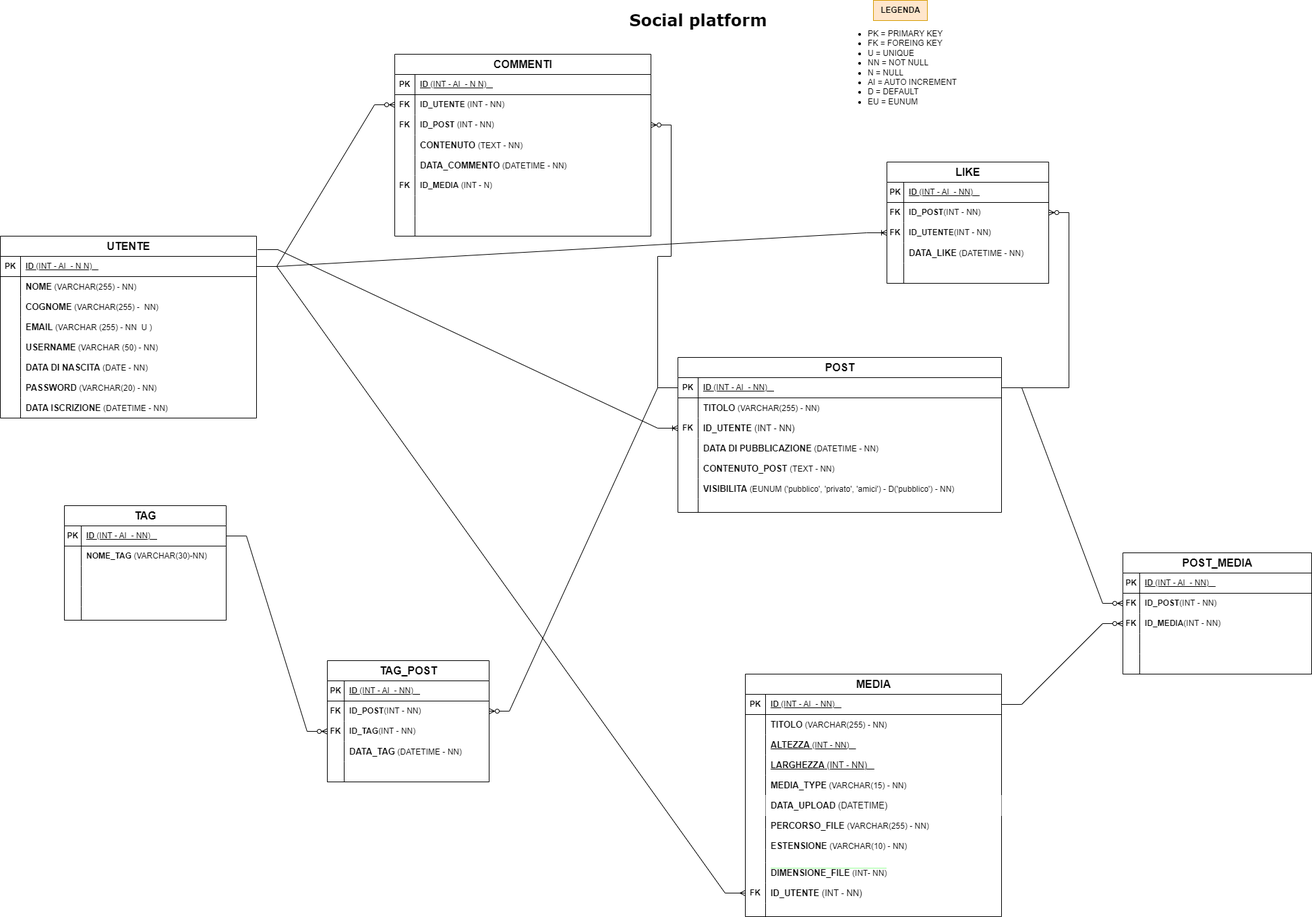
Earlier version of the draw.io export Social_platform.png (StefaniaVitali/social-platform). Source tidied: cells renumbered, new cells last; positions are measured from the earlier drawing's top-left corner, leaving out a move shared by most shapes.
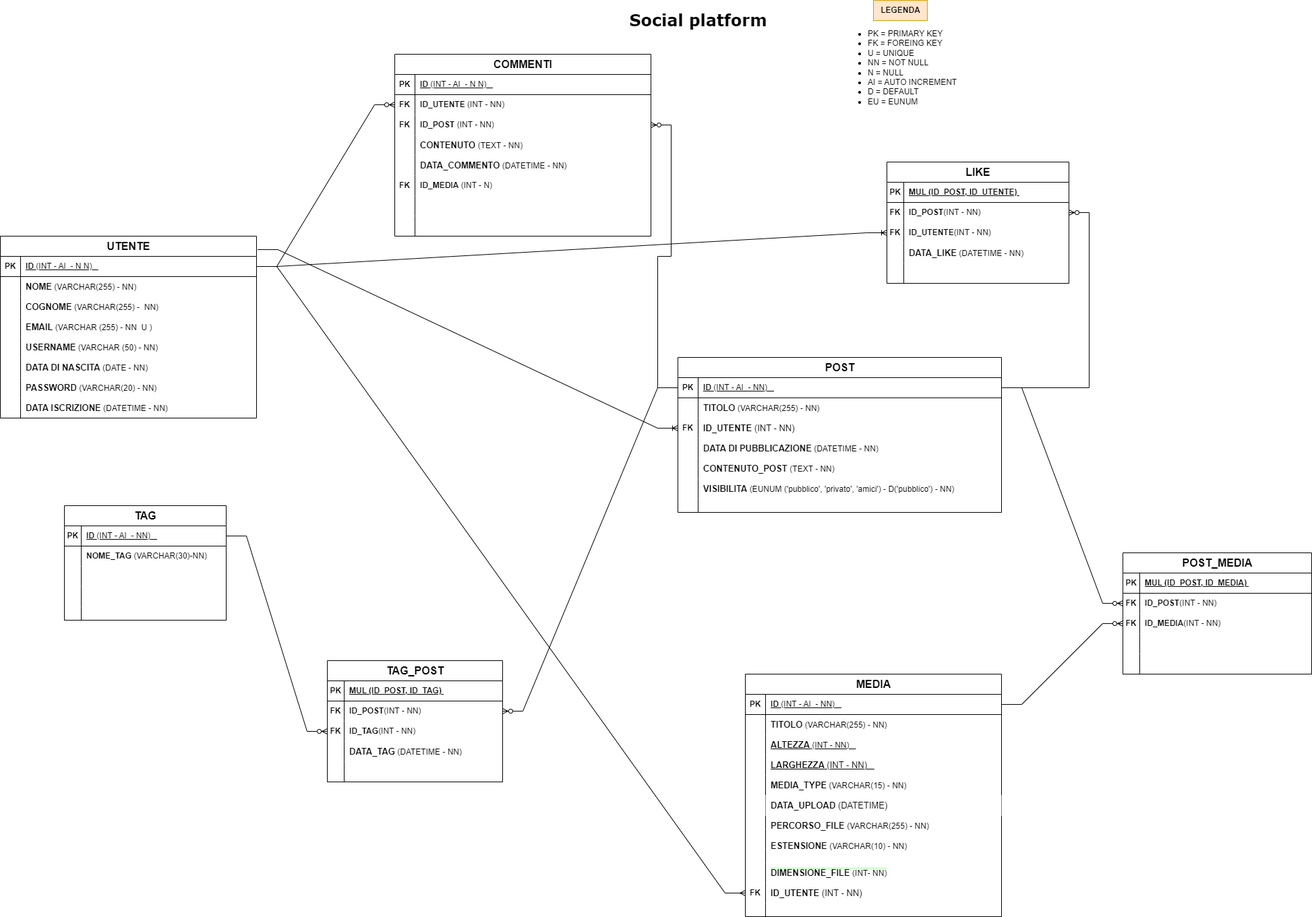
After the change.

Commit message:
FIX: primary keys tables bridge

What changed in the source:
```diff
@@ -167,7 +167,7 @@
     <mxCell id="56" value="PK" style="shape=partialRectangle;fillColor=none;top=0;left=0;bottom=0;right=0;fontStyle=1;overflow=hidden;whiteSpace=wrap;html=1;" parent="55" vertex="1">
       <mxGeometry width="25" height="30" as="geometry" />
     </mxCell>
-    <mxCell id="57" value="&lt;span style=&quot;background-color: rgb(255, 255, 255);&quot;&gt;ID&amp;nbsp;&lt;span style=&quot;font-weight: normal;&quot;&gt;(INT - AI&amp;nbsp; - NN)&amp;nbsp; &amp;nbsp;&lt;/span&gt;&lt;/span&gt;" style="shape=partialRectangle;fillColor=none;top=0;left=0;bottom=0;right=0;align=left;spacingLeft=6;fontStyle=5;overflow=hidden;whiteSpace=wrap;html=1;" parent="55" vertex="1">
+    <mxCell id="57" value="&lt;span style=&quot;background-color: rgb(255, 255, 255);&quot;&gt;MUL (ID_POST, ID_MEDIA)&lt;/span&gt;&lt;span style=&quot;font-weight: normal;&quot;&gt;&amp;nbsp;&lt;/span&gt;" style="shape=partialRectangle;fillColor=none;top=0;left=0;bottom=0;right=0;align=left;spacingLeft=6;fontStyle=5;overflow=hidden;whiteSpace=wrap;html=1;" parent="55" vertex="1">
       <mxGeometry x="25" width="255" height="30" as="geometry" />
     </mxCell>
     <mxCell id="58" style="shape=tableRow;horizontal=0;startSize=0;swimlaneHead=0;swimlaneBody=0;fillColor=none;points=[[0,0.5],[1,0.5]];portConstraint=eastwest;top=0;left=0;right=0;bottom=0;" parent="54" vertex="1">
@@ -217,52 +217,52 @@
       <mxGeometry relative="1" as="geometry" />
     </mxCell>
     <mxCell id="72" value="&lt;span style=&quot;font-size: 16px;&quot;&gt;LIKE&lt;/span&gt;" style="shape=table;startSize=30;rowLines=0;fontStyle=1;align=center;html=1;" parent="1" vertex="1">
-      <mxGeometry x="1315" y="240" width="240" height="180" as="geometry" />
+      <mxGeometry x="1315" y="240" width="270" height="180" as="geometry" />
     </mxCell>
     <mxCell id="73" style="shape=tableRow;horizontal=0;startSize=0;swimlaneHead=0;swimlaneBody=0;fillColor=none;top=0;left=0;right=0;bottom=1;" parent="72" vertex="1">
-      <mxGeometry y="30" width="240" height="30" as="geometry" />
+      <mxGeometry y="30" width="270" height="30" as="geometry" />
     </mxCell>
     <mxCell id="74" value="PK" style="shape=partialRectangle;fillColor=none;top=0;left=0;bottom=0;right=0;fontStyle=1;overflow=hidden;whiteSpace=wrap;html=1;" parent="73" vertex="1">
       <mxGeometry width="25" height="30" as="geometry" />
     </mxCell>
-    <mxCell id="75" value="ID&amp;nbsp;&lt;span style=&quot;font-weight: normal;&quot;&gt;(INT - AI&amp;nbsp; - NN)&amp;nbsp; &amp;nbsp;&lt;/span&gt;" style="shape=partialRectangle;fillColor=none;top=0;left=0;bottom=0;right=0;align=left;spacingLeft=6;fontStyle=5;overflow=hidden;whiteSpace=wrap;html=1;" parent="73" vertex="1">
-      <mxGeometry x="25" width="215" height="30" as="geometry" />
+    <mxCell id="75" value="&lt;span style=&quot;background-color: rgb(255, 255, 255);&quot;&gt;MUL (ID_POST, ID_UTENTE)&lt;/span&gt;&lt;span style=&quot;font-weight: normal;&quot;&gt;&amp;nbsp;&lt;/span&gt;" style="shape=partialRectangle;fillColor=none;top=0;left=0;bottom=0;right=0;align=left;spacingLeft=6;fontStyle=5;overflow=hidden;whiteSpace=wrap;html=1;" parent="73" vertex="1">
+      <mxGeometry x="25" width="245" height="30" as="geometry" />
     </mxCell>
     <mxCell id="76" style="shape=tableRow;horizontal=0;startSize=0;swimlaneHead=0;swimlaneBody=0;fillColor=none;points=[[0,0.5],[1,0.5]];portConstraint=eastwest;top=0;left=0;right=0;bottom=0;" parent="72" vertex="1">
-      <mxGeometry y="60" width="240" height="30" as="geometry" />
+      <mxGeometry y="60" width="270" height="30" as="geometry" />
     </mxCell>
     <mxCell id="77" value="&lt;span style=&quot;font-weight: 700;&quot;&gt;FK&lt;/span&gt;" style="shape=partialRectangle;fillColor=none;top=0;left=0;bottom=0;right=0;overflow=hidden;whiteSpace=wrap;html=1;" parent="76" vertex="1">
       <mxGeometry width="25" height="30" as="geometry" />
     </mxCell>
     <mxCell id="78" value="&lt;span style=&quot;background-color: rgb(255, 255, 255);&quot;&gt;&lt;span style=&quot;font-weight: 700;&quot;&gt;ID_POST&lt;/span&gt;(INT - NN)&amp;nbsp; &amp;nbsp;&lt;/span&gt;" style="shape=partialRectangle;fillColor=none;top=0;left=0;bottom=0;right=0;align=left;spacingLeft=6;overflow=hidden;whiteSpace=wrap;html=1;" parent="76" vertex="1">
-      <mxGeometry x="25" width="215" height="30" as="geometry" />
+      <mxGeometry x="25" width="245" height="30" as="geometry" />
     </mxCell>
     <mxCell id="79" style="shape=tableRow;horizontal=0;startSize=0;swimlaneHead=0;swimlaneBody=0;fillColor=none;points=[[0,0.5],[1,0.5]];portConstraint=eastwest;top=0;left=0;right=0;bottom=0;" parent="72" vertex="1">
-      <mxGeometry y="90" width="240" height="30" as="geometry" />
+      <mxGeometry y="90" width="270" height="30" as="geometry" />
     </mxCell>
     <mxCell id="80" value="&lt;span style=&quot;font-weight: 700;&quot;&gt;FK&lt;/span&gt;" style="shape=partialRectangle;fillColor=none;top=0;left=0;bottom=0;right=0;overflow=hidden;whiteSpace=wrap;html=1;" parent="79" vertex="1">
       <mxGeometry width="25" height="30" as="geometry" />
     </mxCell>
     <mxCell id="81" value="&lt;span style=&quot;background-color: rgb(255, 255, 255);&quot;&gt;&lt;span style=&quot;font-weight: 700;&quot;&gt;ID_UTENTE&lt;/span&gt;(INT - NN)&amp;nbsp; &amp;nbsp;&lt;/span&gt;" style="shape=partialRectangle;fillColor=none;top=0;left=0;bottom=0;right=0;align=left;spacingLeft=6;overflow=hidden;whiteSpace=wrap;html=1;" parent="79" vertex="1">
-      <mxGeometry x="25" width="215" height="30" as="geometry" />
+      <mxGeometry x="25" width="245" height="30" as="geometry" />
     </mxCell>
     <mxCell id="82" style="shape=tableRow;horizontal=0;startSize=0;swimlaneHead=0;swimlaneBody=0;fillColor=none;top=0;left=0;right=0;bottom=0;" parent="72" vertex="1">
-      <mxGeometry y="120" width="240" height="30" as="geometry" />
+      <mxGeometry y="120" width="270" height="30" as="geometry" />
     </mxCell>
     <mxCell id="83" style="shape=partialRectangle;fillColor=none;top=0;left=0;bottom=0;right=0;overflow=hidden;whiteSpace=wrap;html=1;" parent="82" vertex="1">
       <mxGeometry width="25" height="30" as="geometry" />
     </mxCell>
     <mxCell id="84" value="&lt;b&gt;&lt;font style=&quot;font-size: 13px;&quot;&gt;DATA_LIKE&lt;/font&gt;&lt;/b&gt;&amp;nbsp;(DATETIME - NN)" style="shape=partialRectangle;fillColor=none;top=0;left=0;bottom=0;right=0;align=left;spacingLeft=6;overflow=hidden;whiteSpace=wrap;html=1;" parent="82" vertex="1">
-      <mxGeometry x="25" width="215" height="30" as="geometry" />
+      <mxGeometry x="25" width="245" height="30" as="geometry" />
     </mxCell>
     <mxCell id="85" style="shape=tableRow;horizontal=0;startSize=0;swimlaneHead=0;swimlaneBody=0;fillColor=none;top=0;left=0;right=0;bottom=1;" parent="72" vertex="1">
-      <mxGeometry y="150" width="240" height="30" as="geometry" />
+      <mxGeometry y="150" width="270" height="30" as="geometry" />
     </mxCell>
     <mxCell id="86" style="shape=partialRectangle;fillColor=none;top=0;left=0;bottom=0;right=0;fontStyle=1;overflow=hidden;whiteSpace=wrap;html=1;" parent="85" vertex="1">
       <mxGeometry width="25" height="30" as="geometry" />
     </mxCell>
     <mxCell id="87" style="shape=partialRectangle;fillColor=none;top=0;left=0;bottom=0;right=0;align=left;spacingLeft=6;fontStyle=5;overflow=hidden;whiteSpace=wrap;html=1;" parent="85" vertex="1">
-      <mxGeometry x="25" width="215" height="30" as="geometry" />
+      <mxGeometry x="25" width="245" height="30" as="geometry" />
     </mxCell>
     <mxCell id="88" style="edgeStyle=entityRelationEdgeStyle;fontSize=12;html=1;endArrow=ERzeroToMany;endFill=1;rounded=0;exitX=1;exitY=0.5;exitDx=0;exitDy=0;" parent="1" edge="1" source="31" target="76">
       <mxGeometry relative="1" as="geometry" />
@@ -316,52 +316,52 @@
       <mxGeometry x="25" width="215" height="20" as="geometry" />
     </mxCell>
     <mxCell id="105" value="&lt;span style=&quot;font-size: 16px;&quot;&gt;TAG_POST&lt;/span&gt;" style="shape=table;startSize=30;rowLines=0;fontStyle=1;align=center;html=1;" parent="1" vertex="1">
-      <mxGeometry x="485" y="980" width="240" height="180" as="geometry" />
+      <mxGeometry x="485" y="980" width="260" height="180" as="geometry" />
     </mxCell>
     <mxCell id="106" style="shape=tableRow;horizontal=0;startSize=0;swimlaneHead=0;swimlaneBody=0;fillColor=none;top=0;left=0;right=0;bottom=1;" parent="105" vertex="1">
-      <mxGeometry y="30" width="240" height="30" as="geometry" />
+      <mxGeometry y="30" width="260" height="30" as="geometry" />
     </mxCell>
     <mxCell id="107" value="PK" style="shape=partialRectangle;fillColor=none;top=0;left=0;bottom=0;right=0;fontStyle=1;overflow=hidden;whiteSpace=wrap;html=1;" parent="106" vertex="1">
       <mxGeometry width="25" height="30" as="geometry" />
     </mxCell>
-    <mxCell id="108" value="&lt;span style=&quot;background-color: rgb(255, 255, 255);&quot;&gt;ID&amp;nbsp;&lt;span style=&quot;font-weight: normal;&quot;&gt;(INT - AI&amp;nbsp; - NN)&amp;nbsp; &amp;nbsp;&lt;/span&gt;&lt;/span&gt;" style="shape=partialRectangle;fillColor=none;top=0;left=0;bottom=0;right=0;align=left;spacingLeft=6;fontStyle=5;overflow=hidden;whiteSpace=wrap;html=1;" parent="106" vertex="1">
-      <mxGeometry x="25" width="215" height="30" as="geometry" />
+    <mxCell id="108" value="&lt;span style=&quot;background-color: rgb(255, 255, 255);&quot;&gt;MUL (ID_POST, ID_TAG)&lt;span style=&quot;font-weight: normal;&quot;&gt;&amp;nbsp;&lt;/span&gt;&lt;/span&gt;" style="shape=partialRectangle;fillColor=none;top=0;left=0;bottom=0;right=0;align=left;spacingLeft=6;fontStyle=5;overflow=hidden;whiteSpace=wrap;html=1;" parent="106" vertex="1">
+      <mxGeometry x="25" width="235" height="30" as="geometry" />
     </mxCell>
     <mxCell id="109" style="shape=tableRow;horizontal=0;startSize=0;swimlaneHead=0;swimlaneBody=0;fillColor=none;points=[[0,0.5],[1,0.5]];portConstraint=eastwest;top=0;left=0;right=0;bottom=0;" parent="105" vertex="1">
-      <mxGeometry y="60" width="240" height="30" as="geometry" />
+      <mxGeometry y="60" width="260" height="30" as="geometry" />
     </mxCell>
     <mxCell id="110" value="&lt;span style=&quot;font-weight: 700;&quot;&gt;FK&lt;/span&gt;" style="shape=partialRectangle;fillColor=none;top=0;left=0;bottom=0;right=0;overflow=hidden;whiteSpace=wrap;html=1;" parent="109" vertex="1">
       <mxGeometry width="25" height="30" as="geometry" />
     </mxCell>
     <mxCell id="111" value="&lt;span style=&quot;background-color: rgb(255, 255, 255);&quot;&gt;&lt;span style=&quot;font-weight: 700;&quot;&gt;ID_POST&lt;/span&gt;(INT - NN)&amp;nbsp; &amp;nbsp;&lt;/span&gt;" style="shape=partialRectangle;fillColor=none;top=0;left=0;bottom=0;right=0;align=left;spacingLeft=6;overflow=hidden;whiteSpace=wrap;html=1;" parent="109" vertex="1">
-      <mxGeometry x="25" width="215" height="30" as="geometry" />
+      <mxGeometry x="25" width="235" height="30" as="geometry" />
     </mxCell>
     <mxCell id="112" style="shape=tableRow;horizontal=0;startSize=0;swimlaneHead=0;swimlaneBody=0;fillColor=none;points=[[0,0.5],[1,0.5]];portConstraint=eastwest;top=0;left=0;right=0;bottom=0;" parent="105" vertex="1">
-      <mxGeometry y="90" width="240" height="30" as="geometry" />
+      <mxGeometry y="90" width="260" height="30" as="geometry" />
     </mxCell>
     <mxCell id="113" value="&lt;span style=&quot;font-weight: 700;&quot;&gt;FK&lt;/span&gt;" style="shape=partialRectangle;fillColor=none;top=0;left=0;bottom=0;right=0;overflow=hidden;whiteSpace=wrap;html=1;" parent="112" vertex="1">
       <mxGeometry width="25" height="30" as="geometry" />
     </mxCell>
     <mxCell id="114" value="&lt;span style=&quot;background-color: rgb(255, 255, 255);&quot;&gt;&lt;span style=&quot;font-weight: 700;&quot;&gt;ID_TAG&lt;/span&gt;(INT - NN)&amp;nbsp; &amp;nbsp;&lt;/span&gt;" style="shape=partialRectangle;fillColor=none;top=0;left=0;bottom=0;right=0;align=left;spacingLeft=6;overflow=hidden;whiteSpace=wrap;html=1;" parent="112" vertex="1">
-      <mxGeometry x="25" width="215" height="30" as="geometry" />
+      <mxGeometry x="25" width="235" height="30" as="geometry" />
     </mxCell>
     <mxCell id="115" style="shape=tableRow;horizontal=0;startSize=0;swimlaneHead=0;swimlaneBody=0;fillColor=none;top=0;left=0;right=0;bottom=0;" parent="105" vertex="1">
-      <mxGeometry y="120" width="240" height="30" as="geometry" />
+      <mxGeometry y="120" width="260" height="30" as="geometry" />
     </mxCell>
     <mxCell id="116" style="shape=partialRectangle;fillColor=none;top=0;left=0;bottom=0;right=0;overflow=hidden;whiteSpace=wrap;html=1;" parent="115" vertex="1">
       <mxGeometry width="25" height="30" as="geometry" />
     </mxCell>
     <mxCell id="117" value="&lt;span style=&quot;background-color: rgb(255, 255, 255);&quot;&gt;&lt;b&gt;&lt;font style=&quot;font-size: 13px;&quot;&gt;DATA_TAG&lt;/font&gt;&lt;/b&gt;&amp;nbsp;(DATETIME - NN)&lt;/span&gt;" style="shape=partialRectangle;fillColor=none;top=0;left=0;bottom=0;right=0;align=left;spacingLeft=6;overflow=hidden;whiteSpace=wrap;html=1;" parent="115" vertex="1">
-      <mxGeometry x="25" width="215" height="30" as="geometry" />
+      <mxGeometry x="25" width="235" height="30" as="geometry" />
     </mxCell>
     <mxCell id="118" style="shape=tableRow;horizontal=0;startSize=0;swimlaneHead=0;swimlaneBody=0;fillColor=none;top=0;left=0;right=0;bottom=1;" parent="105" vertex="1">
-      <mxGeometry y="150" width="240" height="30" as="geometry" />
+      <mxGeometry y="150" width="260" height="30" as="geometry" />
     </mxCell>
     <mxCell id="119" style="shape=partialRectangle;fillColor=none;top=0;left=0;bottom=0;right=0;fontStyle=1;overflow=hidden;whiteSpace=wrap;html=1;" parent="118" vertex="1">
       <mxGeometry width="25" height="30" as="geometry" />
     </mxCell>
     <mxCell id="120" style="shape=partialRectangle;fillColor=none;top=0;left=0;bottom=0;right=0;align=left;spacingLeft=6;fontStyle=5;overflow=hidden;whiteSpace=wrap;html=1;" parent="118" vertex="1">
-      <mxGeometry x="25" width="215" height="30" as="geometry" />
+      <mxGeometry x="25" width="235" height="30" as="geometry" />
     </mxCell>
     <mxCell id="121" style="edgeStyle=entityRelationEdgeStyle;fontSize=12;html=1;endArrow=ERzeroToMany;endFill=1;rounded=0;exitX=1;exitY=0.5;exitDx=0;exitDy=0;entryX=0;entryY=0.5;entryDx=0;entryDy=0;" parent="1" edge="1" source="90" target="112">
       <mxGeometry relative="1" as="geometry" />
```
